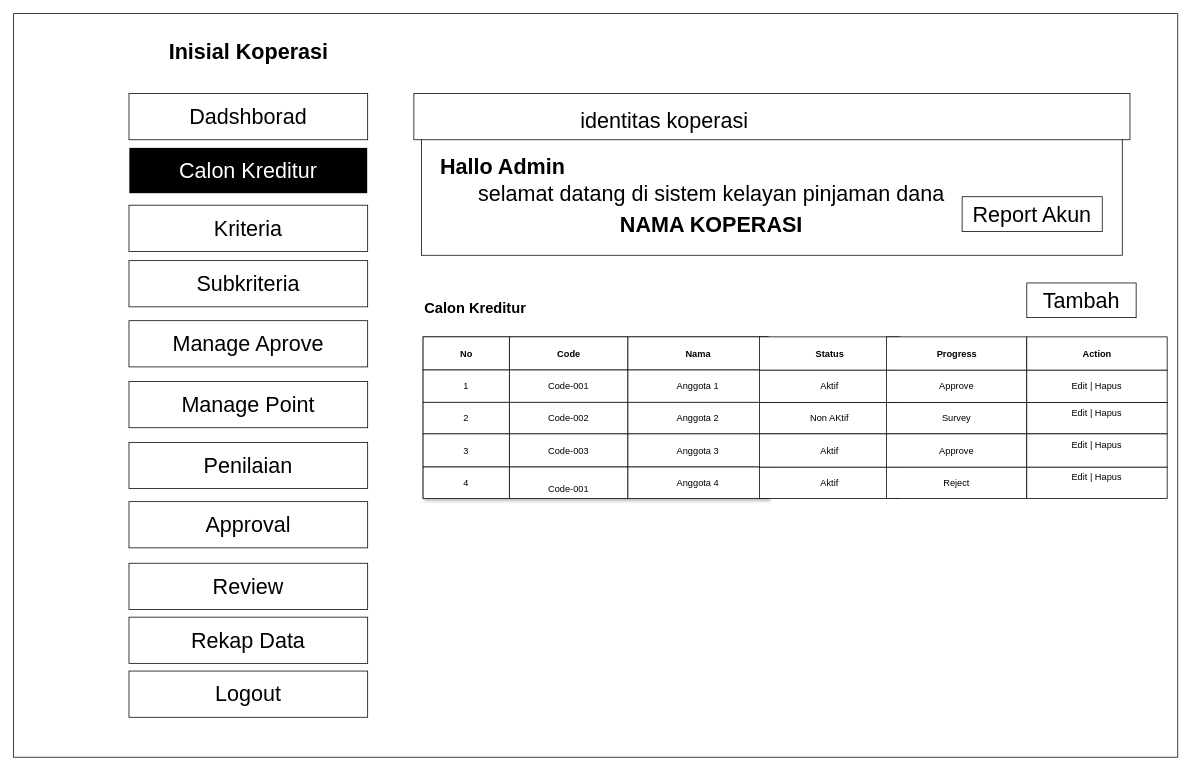
The draw.io diagram page "cREDITUR LIST" (45 of 48) of public/Untitled Diagram.drawio in alinurd/simpanPinjam, before the edit. Source tidied: cells renumbered, new cells numbered last; positions are measured from the earlier drawing's top-left corner, leaving out a move shared by most shapes. Both pictures are drawn from the tidied source at 77%, with x=0, y=0 at pixel (13, 13).
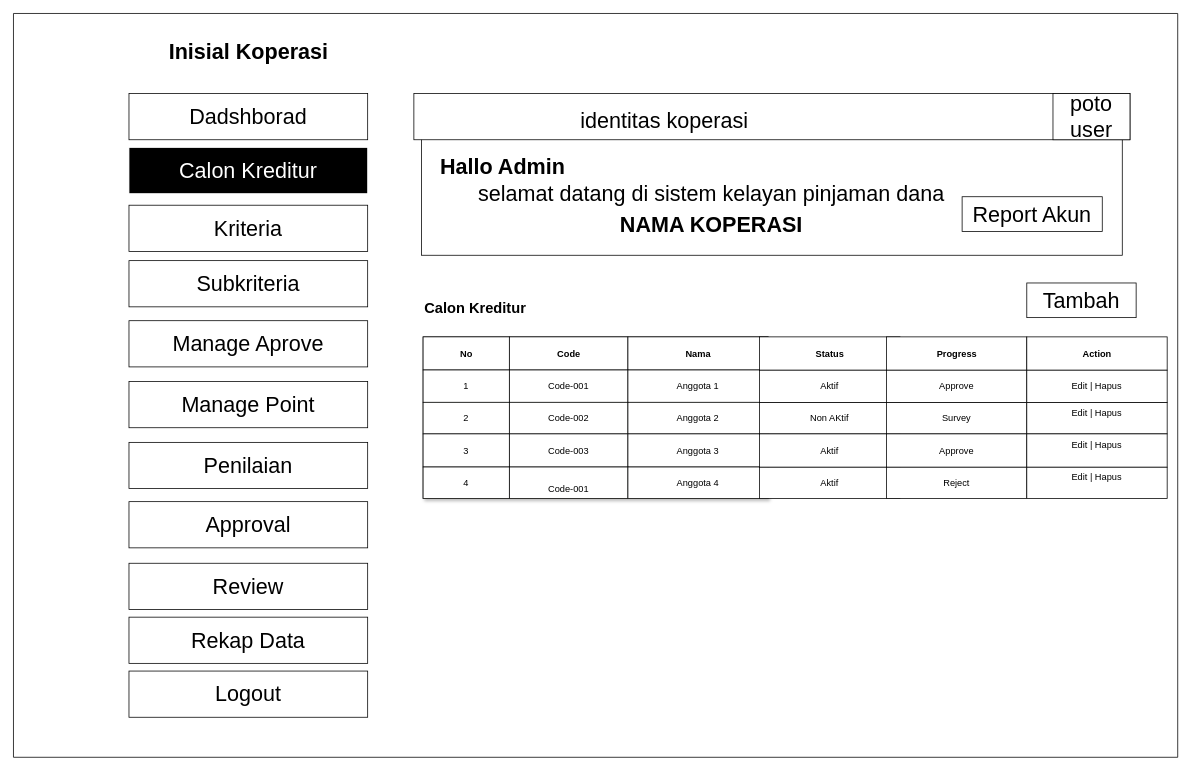
Above is the later version.

Change to the diagram source:
```diff
@@
+    <mxCell id="62" value="poto user" style="rounded=0;whiteSpace=wrap;html=1;fontStyle=0;fontSize=28;" parent="1" vertex="1">
+      <mxGeometry x="1350" y="104" width="100" height="60" as="geometry" />
+    </mxCell>
```
